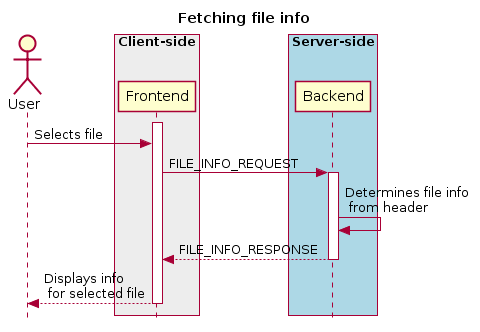
Above: docs/images/image3.png in CARTAvis/carta-protobuf (PlantUML), before the change.
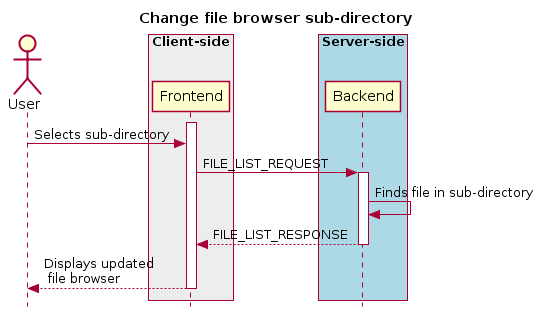
After the change.

Change to the diagram source:
```diff
@@ -1,10 +1,10 @@
 @startuml
 skinparam style strictuml
 hide footbox
-title Fetching file info
+title Change file browser sub-directory
 
 actor User
-box "Client-side"  #EDEDED
+box "Client-side" #EDEDED
 participant Frontend
 end box
 
@@ -12,12 +12,12 @@
 participant Backend
 end box
 activate Frontend
-User -> Frontend : Selects file
-Frontend -> Backend : FILE_INFO_REQUEST
+User -> Frontend : Selects sub-directory
+Frontend -> Backend : FILE_LIST_REQUEST
 activate Backend
-Backend -> Backend : Determines file info\n from header
-Frontend <-- Backend : FILE_INFO_RESPONSE
+Backend -> Backend : Finds file in sub-directory
+Frontend <-- Backend : FILE_LIST_RESPONSE
 deactivate Backend
-User <-- Frontend : Displays info\n for selected file
+User <-- Frontend : Displays updated\n file browser
 deactivate Frontend
 @enduml
```
